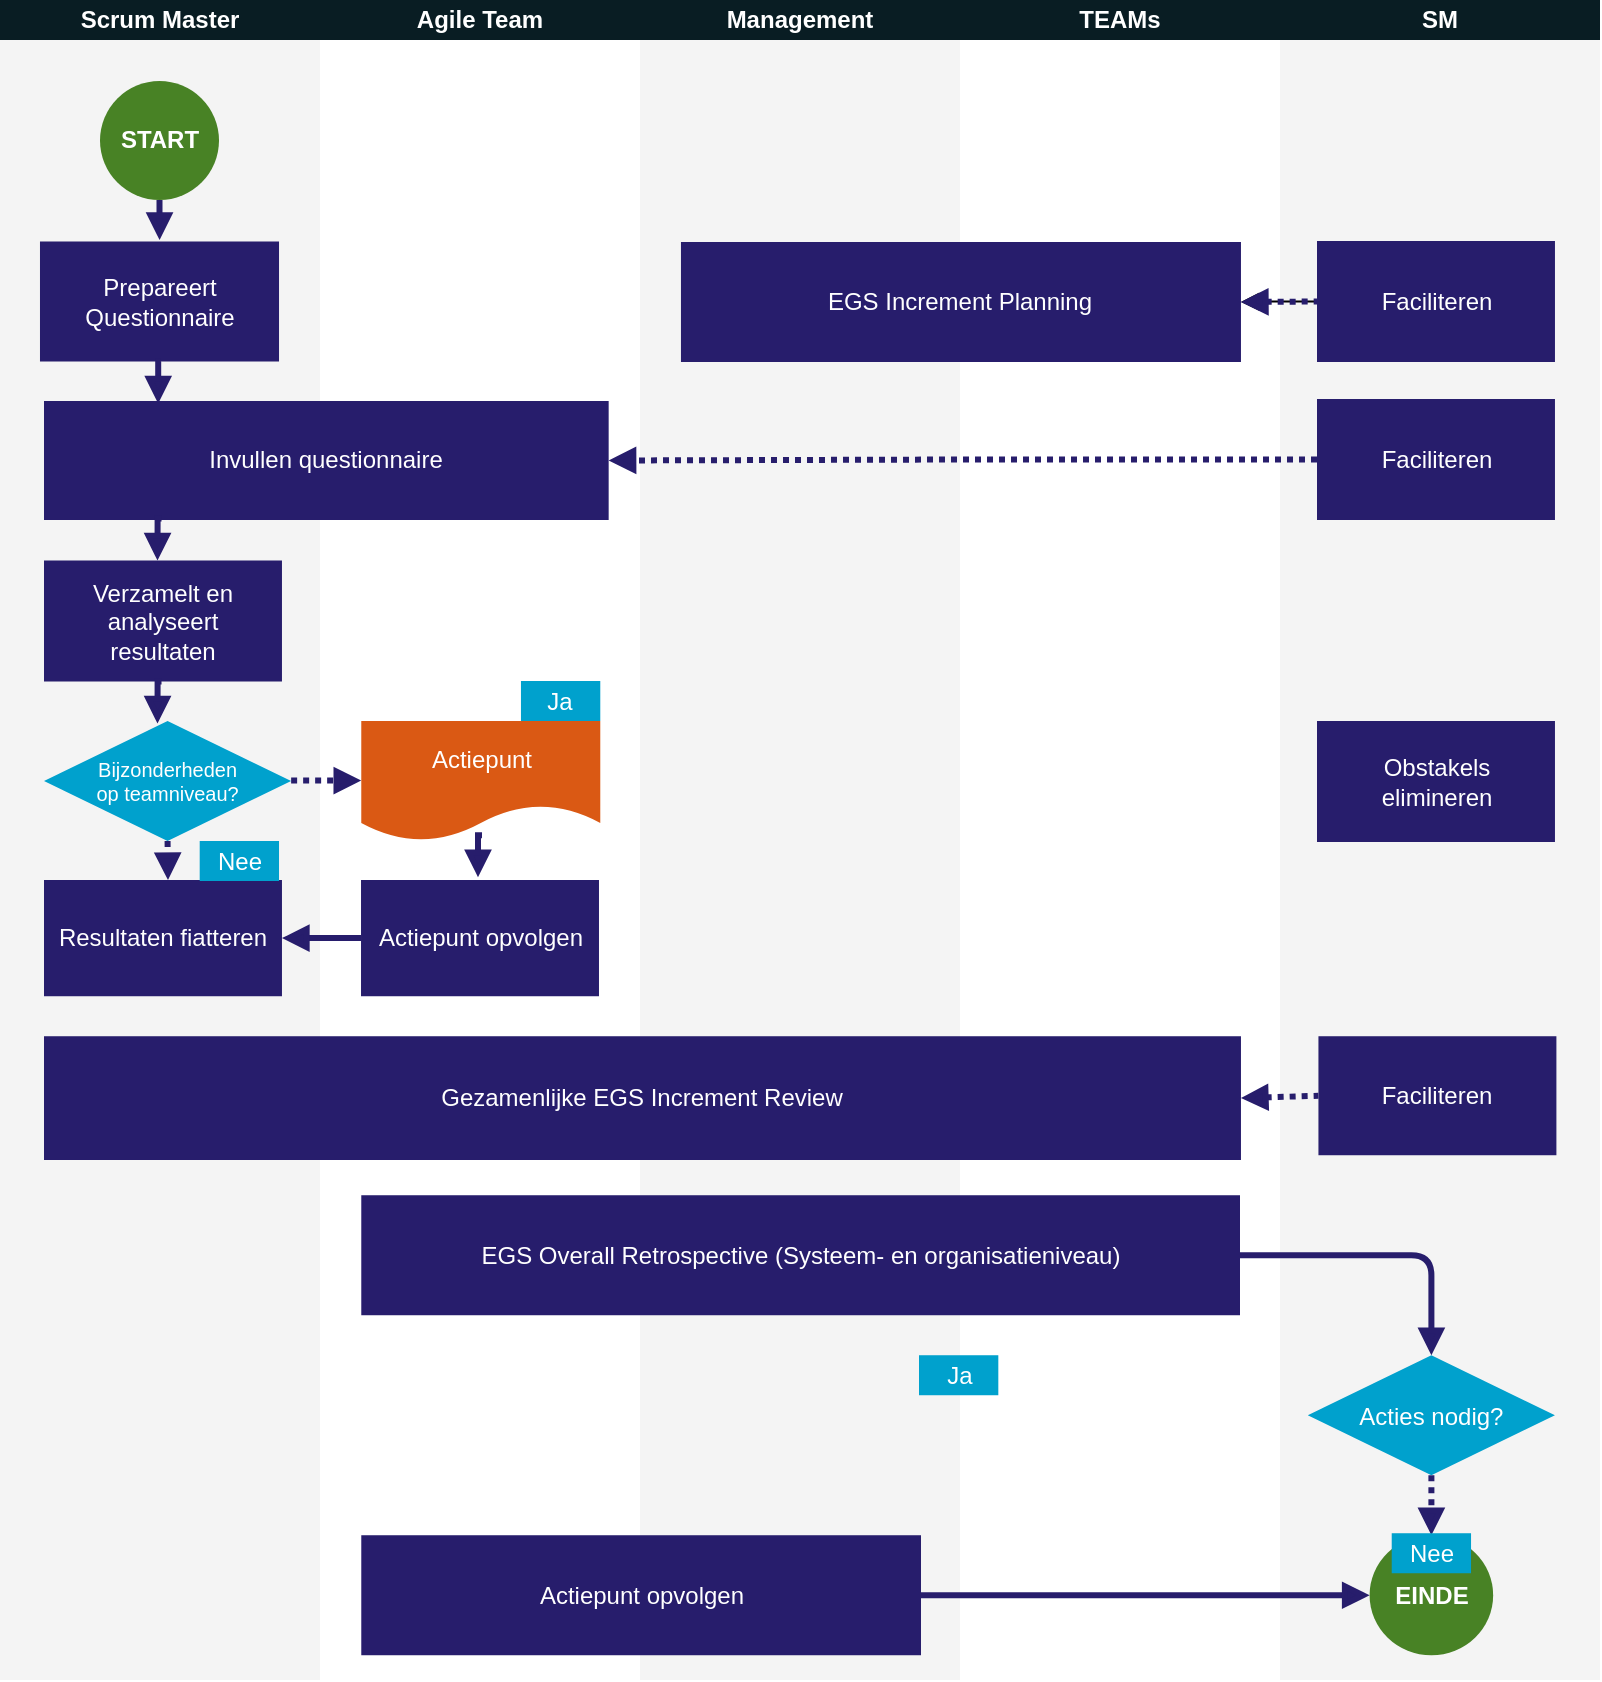
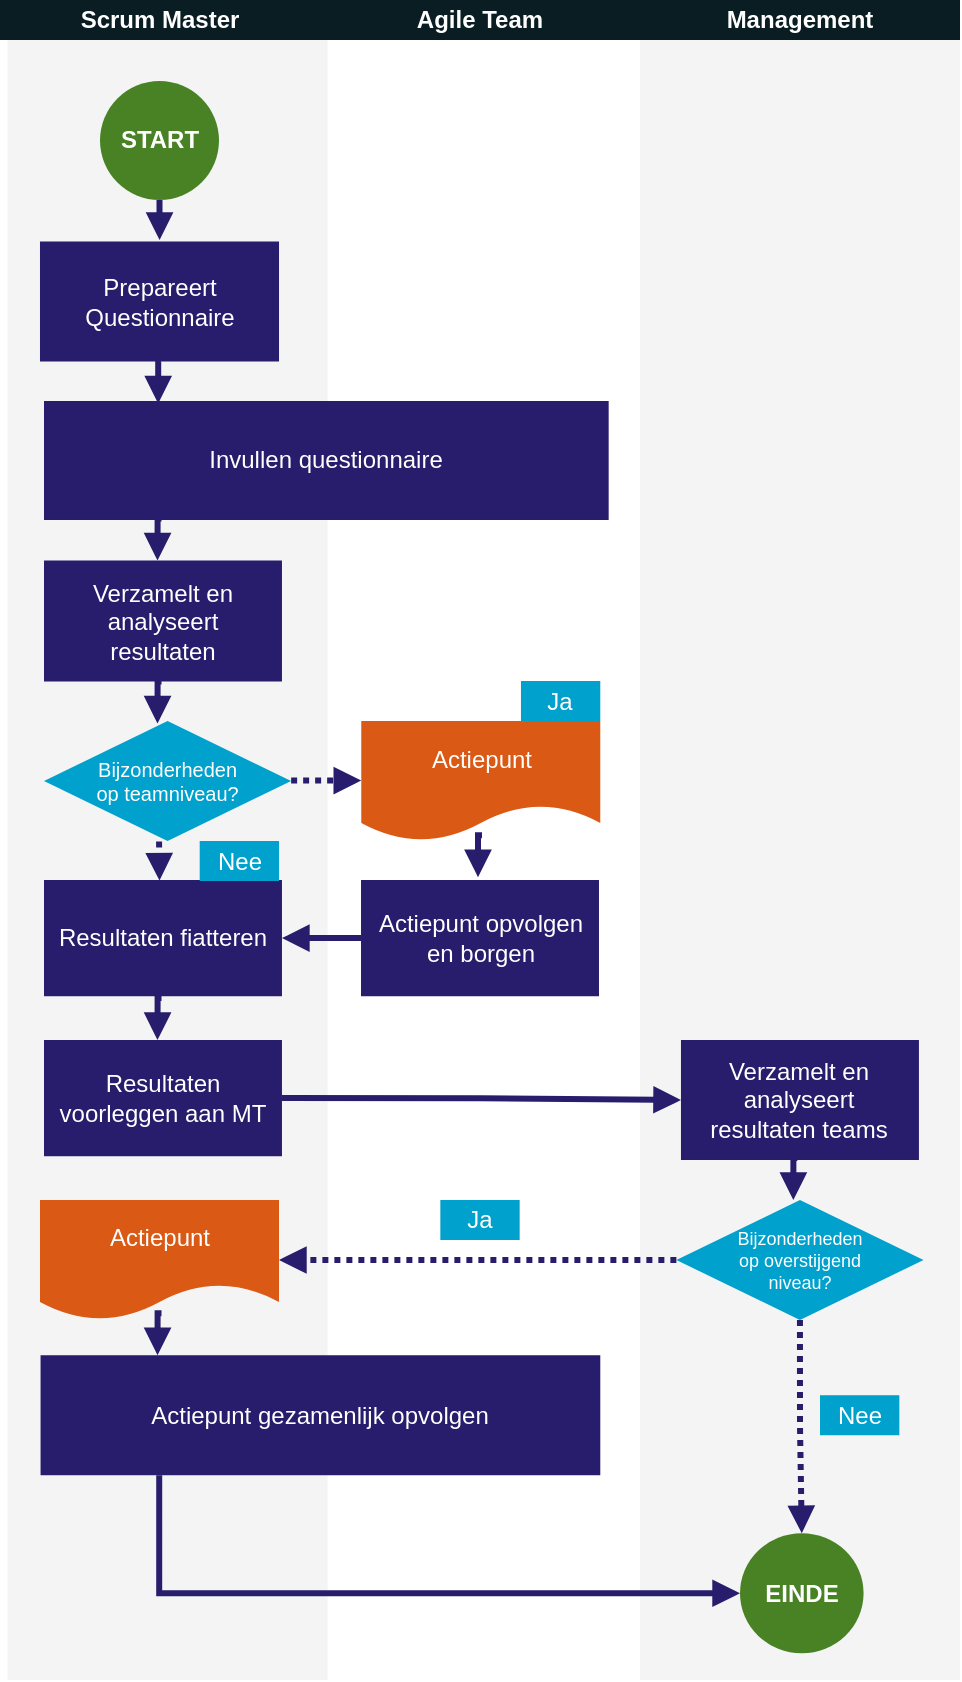
<mxfile host="app.diagrams.net" agent="Mozilla/5.0 (Windows NT 10.0; Win64; x64) AppleWebKit/537.36 (KHTML, like Gecko) Chrome/147.0.0.0 Safari/537.36" version="29.2.7">
  <diagram name="Page-1" id="8YR4XehvFtPluC4lOJML">
-     <mxGraphModel dx="519" dy="272" grid="1" gridSize="10" guides="1" tooltips="1" connect="1" arrows="1" fold="1" page="1" pageScale="1" pageWidth="1630" pageHeight="800" math="0" shadow="0">
+     <mxGraphModel dx="1056" dy="555" grid="1" gridSize="10" guides="1" tooltips="1" connect="1" arrows="1" fold="1" page="1" pageScale="1" pageWidth="1630" pageHeight="800" math="0" shadow="0">
      <root>
        <mxCell id="0" />
        <mxCell id="1" parent="0" />
-         <mxCell id="TyIScYGrdLz4eEjOedrv-1" parent="1" style="rounded=0;whiteSpace=wrap;html=1;fillColor=#E9E9E9;strokeColor=none;opacity=50;" value="" vertex="1">
-           <mxGeometry height="840" width="160" x="640" as="geometry" />
-         </mxCell>
        <mxCell id="TyIScYGrdLz4eEjOedrv-2" parent="1" style="rounded=0;whiteSpace=wrap;html=1;fillColor=#E9E9E9;strokeColor=none;opacity=50;" value="" vertex="1">
-           <mxGeometry height="840" width="160" as="geometry" />
+           <mxGeometry height="840" width="160" x="3.78" as="geometry" />
        </mxCell>
        <mxCell id="TyIScYGrdLz4eEjOedrv-3" parent="1" style="rounded=0;whiteSpace=wrap;html=1;fillColor=#E9E9E9;strokeColor=none;opacity=50;" value="" vertex="1">
          <mxGeometry height="840" width="160" x="320" as="geometry" />
        </mxCell>
        <mxCell id="TyIScYGrdLz4eEjOedrv-4" parent="1" style="rounded=0;whiteSpace=wrap;html=1;strokeColor=none;fillColor=#091D23;" value="&lt;font style=&quot;color: rgb(255, 255, 255);&quot;&gt;&lt;b&gt;Scrum Master&lt;/b&gt;&lt;/font&gt;" vertex="1">
          <mxGeometry height="20" width="160" as="geometry" />
        </mxCell>
        <mxCell id="TyIScYGrdLz4eEjOedrv-5" parent="1" style="rounded=0;whiteSpace=wrap;html=1;strokeColor=none;fillColor=#091D23;" value="&lt;font color=&quot;#ffffff&quot;&gt;&lt;b&gt;Agile Team&lt;/b&gt;&lt;/font&gt;" vertex="1">
          <mxGeometry height="20" width="160" x="160" as="geometry" />
        </mxCell>
        <mxCell id="TyIScYGrdLz4eEjOedrv-6" parent="1" style="rounded=0;whiteSpace=wrap;html=1;strokeColor=none;fillColor=#091D23;" value="&lt;font style=&quot;color: rgb(255, 255, 255);&quot;&gt;&lt;b&gt;Management&lt;/b&gt;&lt;/font&gt;" vertex="1">
          <mxGeometry height="20" width="160" x="320" as="geometry" />
        </mxCell>
-         <mxCell id="TyIScYGrdLz4eEjOedrv-7" parent="1" style="rounded=0;whiteSpace=wrap;html=1;strokeColor=none;fillColor=#091D23;" value="&lt;font style=&quot;color: rgb(255, 255, 255);&quot;&gt;&lt;b&gt;TEAMs&lt;/b&gt;&lt;/font&gt;" vertex="1">
-           <mxGeometry height="20" width="160" x="480" as="geometry" />
-         </mxCell>
        <mxCell id="TyIScYGrdLz4eEjOedrv-9" parent="1" style="whiteSpace=wrap;strokeColor=none;fillColor=#271D6C;shadow=0;fontColor=#FFFFFF;fontFamily=Helvetica;fontStyle=0;html=1;fontSize=12;spacing=6;verticalAlign=middle;fillStyle=auto;" value="Resultaten fiatteren" vertex="1">
          <mxGeometry height="58.12" width="118.98" x="22" y="440" as="geometry" />
-         </mxCell>
-         <mxCell id="TyIScYGrdLz4eEjOedrv-10" parent="1" style="whiteSpace=wrap;strokeColor=none;fillColor=#271D6C;shadow=0;fontColor=#FFFFFF;fontFamily=Helvetica;fontStyle=0;html=1;fontSize=12;spacing=6;verticalAlign=middle;fillStyle=auto;" value="Gezamenlijke EGS Increment Review" vertex="1">
-           <mxGeometry height="61.88" width="598.48" x="22" y="518.12" as="geometry" />
-         </mxCell>
-         <mxCell id="TyIScYGrdLz4eEjOedrv-13" parent="1" style="whiteSpace=wrap;strokeColor=none;fillColor=#271D6C;shadow=0;fontColor=#FFFFFF;fontFamily=Helvetica;fontStyle=0;html=1;fontSize=12;spacing=6;verticalAlign=middle;fillStyle=auto;" value="EGS Increment Planning" vertex="1">
-           <mxGeometry height="60" width="280" x="340.48" y="121" as="geometry" />
        </mxCell>
        <mxCell id="TyIScYGrdLz4eEjOedrv-14" parent="1" style="whiteSpace=wrap;shadow=0;fontColor=#FFFFFF;fontFamily=Helvetica;fontStyle=0;html=1;fontSize=12;plain-purple;strokeColor=none;fillColor=#271D6C;gradientColor=none;spacing=6;verticalAlign=middle;" value="Verzamelt en analyseert resultaten" vertex="1">
          <mxGeometry height="60.5" width="118.97753679318359" x="22.000147172734387" y="280.25" as="geometry" />
        </mxCell>
-         <mxCell id="TyIScYGrdLz4eEjOedrv-15" edge="1" parent="1" source="TyIScYGrdLz4eEjOedrv-16" style="edgeStyle=orthogonalEdgeStyle;rounded=0;orthogonalLoop=1;jettySize=auto;html=1;" target="TyIScYGrdLz4eEjOedrv-13" value="">
-           <mxGeometry relative="1" as="geometry" />
-         </mxCell>
-         <mxCell id="TyIScYGrdLz4eEjOedrv-16" parent="1" style="whiteSpace=wrap;shadow=0;fontColor=#FFFFFF;fontFamily=Helvetica;fontStyle=0;html=1;fontSize=12;plain-purple;strokeColor=none;fillColor=#271D6C;gradientColor=none;spacing=6;verticalAlign=middle;" value="Faciliteren" vertex="1">
-           <mxGeometry height="60.5" width="118.97753679318359" x="658.5001471727344" y="120.5" as="geometry" />
-         </mxCell>
-         <mxCell id="TyIScYGrdLz4eEjOedrv-17" parent="1" style="whiteSpace=wrap;shadow=0;fontColor=#FFFFFF;fontFamily=Helvetica;fontStyle=0;html=1;fontSize=12;plain-purple;strokeColor=none;fillColor=#271D6C;gradientColor=none;spacing=6;verticalAlign=middle;" value="Faciliteren" vertex="1">
-           <mxGeometry height="59.5" width="118.98" x="659.22" y="518.12" as="geometry" />
-         </mxCell>
-         <mxCell id="TyIScYGrdLz4eEjOedrv-18" edge="1" parent="1" source="TyIScYGrdLz4eEjOedrv-19" style="edgeStyle=orthogonalEdgeStyle;rounded=1;orthogonalLoop=1;jettySize=auto;html=1;exitX=1;exitY=0.5;exitDx=0;exitDy=0;strokeColor=#271D6C;strokeWidth=3;endArrow=block;endFill=1;curved=0;" target="TyIScYGrdLz4eEjOedrv-22">
-           <mxGeometry relative="1" as="geometry" />
-         </mxCell>
-         <mxCell id="TyIScYGrdLz4eEjOedrv-19" parent="1" style="whiteSpace=wrap;strokeColor=none;fillColor=#271D6C;shadow=0;fontColor=#FFFFFF;fontFamily=Helvetica;fontStyle=0;html=1;fontSize=12;spacing=6;verticalAlign=middle;fillStyle=auto;" value="EGS Overall Retrospective (Systeem- en organisatieniveau)" vertex="1">
-           <mxGeometry height="60" width="439.36" x="180.64" y="597.62" as="geometry" />
-         </mxCell>
-         <mxCell id="TyIScYGrdLz4eEjOedrv-21" edge="1" parent="1" source="TyIScYGrdLz4eEjOedrv-22" style="edgeStyle=orthogonalEdgeStyle;rounded=0;orthogonalLoop=1;jettySize=auto;html=1;entryX=0.5;entryY=0;entryDx=0;entryDy=0;strokeWidth=3;dashed=1;dashPattern=1 1;strokeColor=#271D6C;endArrow=block;endFill=1;" target="TyIScYGrdLz4eEjOedrv-33">
+         <mxCell id="TyIScYGrdLz4eEjOedrv-21" edge="1" parent="1" source="TyIScYGrdLz4eEjOedrv-79" style="edgeStyle=orthogonalEdgeStyle;rounded=0;orthogonalLoop=1;jettySize=auto;html=1;entryX=0.5;entryY=0;entryDx=0;entryDy=0;strokeWidth=3;dashed=1;dashPattern=1 1;strokeColor=#271D6C;endArrow=block;endFill=1;exitX=0.5;exitY=1;exitDx=0;exitDy=0;" target="TyIScYGrdLz4eEjOedrv-33">
          <mxGeometry relative="1" as="geometry">
            <mxPoint x="715.688768396592" y="767.6199999999999" as="targetPoint" />
          </mxGeometry>
-         </mxCell>
-         <mxCell id="TyIScYGrdLz4eEjOedrv-22" parent="1" style="rhombus;fillColor=#00A1CD;strokeColor=none;fontColor=#FFFFFF;" value="Acties nodig?" vertex="1">
-           <mxGeometry height="60" width="123.58" x="653.9" y="677.6199999999999" as="geometry" />
        </mxCell>
        <mxCell id="TyIScYGrdLz4eEjOedrv-24" parent="1" style="shape=document;whiteSpace=wrap;verticalAlign=middle;strokeColor=none;fillColor=#DA5914;shadow=0;fontColor=#FFFFFF;fontFamily=Helvetica;fontStyle=0;html=1;fontSize=12;spacing=6;spacingBottom=22;" value="Actiepunt" vertex="1">
          <mxGeometry height="60" width="119.5" x="180.64" y="360.5" as="geometry" />
        </mxCell>
        <mxCell id="TyIScYGrdLz4eEjOedrv-25" parent="1" style="rounded=0;whiteSpace=wrap;html=1;fillColor=#00A1CD;fontColor=#FFFFFF;strokeColor=none;fontSize=12;" value="Ja" vertex="1">
-           <mxGeometry height="20" width="39.65917893106119" x="459.5" y="677.6199999999999" as="geometry" />
+           <mxGeometry height="20" width="39.65917893106119" x="220.17000000000002" y="599.9999999999999" as="geometry" />
        </mxCell>
-         <mxCell id="TyIScYGrdLz4eEjOedrv-26" edge="1" parent="1" source="TyIScYGrdLz4eEjOedrv-27" style="edgeStyle=orthogonalEdgeStyle;rounded=0;orthogonalLoop=1;jettySize=auto;html=1;entryX=0;entryY=0.5;entryDx=0;entryDy=0;strokeWidth=3;strokeColor=#271D6C;endArrow=block;endFill=1;" target="TyIScYGrdLz4eEjOedrv-33">
+         <mxCell id="TyIScYGrdLz4eEjOedrv-26" edge="1" parent="1" source="TyIScYGrdLz4eEjOedrv-27" style="edgeStyle=orthogonalEdgeStyle;rounded=0;orthogonalLoop=1;jettySize=auto;html=1;entryX=0;entryY=0.5;entryDx=0;entryDy=0;strokeWidth=3;strokeColor=#271D6C;endArrow=block;endFill=1;exitX=0.212;exitY=1;exitDx=0;exitDy=0;exitPerimeter=0;" target="TyIScYGrdLz4eEjOedrv-33">
          <mxGeometry relative="1" as="geometry">
            <mxPoint x="499.22" y="797.6199999999999" as="targetPoint" />
          </mxGeometry>
        </mxCell>
-         <mxCell id="TyIScYGrdLz4eEjOedrv-27" parent="1" style="whiteSpace=wrap;strokeColor=none;fillColor=#271D6C;shadow=0;fontColor=#FFFFFF;fontFamily=Helvetica;fontStyle=0;html=1;fontSize=12;spacing=6;verticalAlign=middle;fillStyle=auto;" value="Actiepunt opvolgen" vertex="1">
-           <mxGeometry height="60" width="279.86" x="180.64" y="767.6199999999999" as="geometry" />
-         </mxCell>
-         <mxCell id="TyIScYGrdLz4eEjOedrv-29" edge="1" parent="1" source="TyIScYGrdLz4eEjOedrv-13" style="endArrow=none;startArrow=block;html=1;rounded=0;exitX=1;exitY=0.5;exitDx=0;exitDy=0;entryX=0;entryY=0.5;entryDx=0;entryDy=0;strokeWidth=3;strokeColor=#271D6C;dashed=1;dashPattern=1 1;endFill=1;startFill=1;" target="TyIScYGrdLz4eEjOedrv-16" value="">
-           <mxGeometry height="50" relative="1" width="50" as="geometry">
-             <mxPoint x="578.52" y="240.5" as="sourcePoint" />
-             <mxPoint x="628.52" y="190.5" as="targetPoint" />
-           </mxGeometry>
-         </mxCell>
-         <mxCell id="TyIScYGrdLz4eEjOedrv-30" edge="1" parent="1" source="TyIScYGrdLz4eEjOedrv-10" style="endArrow=none;startArrow=block;html=1;rounded=0;exitX=1;exitY=0.5;exitDx=0;exitDy=0;entryX=0;entryY=0.5;entryDx=0;entryDy=0;strokeWidth=3;dashed=1;dashPattern=1 1;strokeColor=#271D6C;endFill=1;startFill=1;" target="TyIScYGrdLz4eEjOedrv-17" value="">
-           <mxGeometry height="50" relative="1" width="50" as="geometry">
-             <mxPoint x="581.01" y="477.62" as="sourcePoint" />
-             <mxPoint x="631.01" y="427.62" as="targetPoint" />
-           </mxGeometry>
+         <mxCell id="TyIScYGrdLz4eEjOedrv-27" parent="1" style="whiteSpace=wrap;strokeColor=none;fillColor=#271D6C;shadow=0;fontColor=#FFFFFF;fontFamily=Helvetica;fontStyle=0;html=1;fontSize=12;spacing=6;verticalAlign=middle;fillStyle=auto;" value="Actiepunt gezamenlijk opvolgen" vertex="1">
+           <mxGeometry height="60" width="279.86" x="20.279999999999973" y="677.6199999999999" as="geometry" />
        </mxCell>
        <mxCell id="TyIScYGrdLz4eEjOedrv-57" edge="1" parent="1" source="TyIScYGrdLz4eEjOedrv-32" style="edgeStyle=orthogonalEdgeStyle;rounded=0;orthogonalLoop=1;jettySize=auto;html=1;exitX=0.5;exitY=1;exitDx=0;exitDy=0;strokeWidth=3;endArrow=block;endFill=1;strokeColor=#271D6C;" target="TyIScYGrdLz4eEjOedrv-46">
          <mxGeometry relative="1" as="geometry" />
        </mxCell>
        <mxCell id="TyIScYGrdLz4eEjOedrv-32" parent="1" style="ellipse;whiteSpace=wrap;html=1;aspect=fixed;fillColor=#488225;fontColor=#FFFFFF;strokeColor=none;" value="&lt;b&gt;START&lt;/b&gt;" vertex="1">
          <mxGeometry height="59.5" width="59.5" x="50" y="40.5" as="geometry" />
        </mxCell>
        <mxCell id="TyIScYGrdLz4eEjOedrv-33" parent="1" style="ellipse;whiteSpace=wrap;html=1;strokeColor=none;fillColor=#488225;fontColor=#FFFFFF;" value="&lt;b&gt;EINDE&lt;/b&gt;" vertex="1">
-           <mxGeometry height="60" width="61.78" x="684.8000000000001" y="767.6199999999999" as="geometry" />
+           <mxGeometry height="60" width="61.78" x="370.00000000000006" y="766.6199999999999" as="geometry" />
        </mxCell>
        <mxCell id="TyIScYGrdLz4eEjOedrv-34" parent="1" style="rounded=0;whiteSpace=wrap;html=1;fillColor=#00A1CD;fontColor=#FFFFFF;strokeColor=none;" value="Nee" vertex="1">
-           <mxGeometry height="20" width="39.65917893106119" x="695.86" y="766.6199999999999" as="geometry" />
+           <mxGeometry height="20" width="39.65917893106119" x="410" y="697.6199999999999" as="geometry" />
        </mxCell>
        <mxCell id="TyIScYGrdLz4eEjOedrv-40" parent="1" style="rounded=0;whiteSpace=wrap;html=1;fillColor=#00A1CD;fontColor=#FFFFFF;strokeColor=none;" value="Nee" vertex="1">
          <mxGeometry height="20" width="39.65917893106119" x="99.85000000000002" y="420.5" as="geometry" />
-         </mxCell>
-         <mxCell id="TyIScYGrdLz4eEjOedrv-42" parent="1" style="whiteSpace=wrap;shadow=0;fontColor=#FFFFFF;fontFamily=Helvetica;fontStyle=0;html=1;fontSize=12;plain-purple;strokeColor=none;fillColor=#271D6C;gradientColor=none;spacing=6;verticalAlign=middle;" value="Obstakels elimineren" vertex="1">
-           <mxGeometry height="60.5" width="118.97753679318359" x="658.5" y="360.5" as="geometry" />
-         </mxCell>
-         <mxCell id="TyIScYGrdLz4eEjOedrv-44" parent="1" style="rounded=0;whiteSpace=wrap;html=1;strokeColor=none;fillColor=#091D23;" value="&lt;font style=&quot;color: rgb(255, 255, 255);&quot;&gt;&lt;b&gt;SM&lt;/b&gt;&lt;/font&gt;" vertex="1">
-           <mxGeometry height="20" width="160" x="640" as="geometry" />
        </mxCell>
        <mxCell id="TyIScYGrdLz4eEjOedrv-46" parent="1" style="whiteSpace=wrap;strokeColor=none;fillColor=#271D6C;shadow=0;fontColor=#FFFFFF;fontFamily=Helvetica;fontStyle=0;html=1;fontSize=12;spacing=6;verticalAlign=middle;fillStyle=auto;" value="Prepareert Questionnaire" vertex="1">
          <mxGeometry height="60" width="119.52" x="19.990000000000002" y="120.75" as="geometry" />
        </mxCell>
        <mxCell id="TyIScYGrdLz4eEjOedrv-48" parent="1" style="whiteSpace=wrap;strokeColor=none;fillColor=#271D6C;shadow=0;fontColor=#FFFFFF;fontFamily=Helvetica;fontStyle=0;html=1;fontSize=12;spacing=6;verticalAlign=middle;fillStyle=auto;" value="Invullen questionnaire" vertex="1">
          <mxGeometry height="59.5" width="282.33" x="21.99999999999997" y="200.5" as="geometry" />
-         </mxCell>
-         <mxCell id="TyIScYGrdLz4eEjOedrv-49" edge="1" parent="1" source="TyIScYGrdLz4eEjOedrv-50" style="edgeStyle=orthogonalEdgeStyle;rounded=0;orthogonalLoop=1;jettySize=auto;html=1;entryX=1;entryY=0.5;entryDx=0;entryDy=0;dashed=1;dashPattern=1 1;strokeColor=#271D6C;strokeWidth=3;endArrow=block;endFill=1;" target="TyIScYGrdLz4eEjOedrv-48">
-           <mxGeometry relative="1" as="geometry" />
-         </mxCell>
-         <mxCell id="TyIScYGrdLz4eEjOedrv-50" parent="1" style="whiteSpace=wrap;shadow=0;fontColor=#FFFFFF;fontFamily=Helvetica;fontStyle=0;html=1;fontSize=12;plain-purple;strokeColor=none;fillColor=#271D6C;gradientColor=none;spacing=6;verticalAlign=middle;" value="Faciliteren" vertex="1">
-           <mxGeometry height="60.5" width="118.97753679318359" x="658.5" y="199.5" as="geometry" />
        </mxCell>
        <mxCell id="TyIScYGrdLz4eEjOedrv-52" parent="1" style="rhombus;fillColor=#00A1CD;strokeColor=none;fontColor=#FFFFFF;fontSize=10;" value="Bijzonderheden &#xa;op teamniveau?" vertex="1">
          <mxGeometry height="60" width="123.57" x="22.00000000000003" y="360.5" as="geometry" />
        </mxCell>
        <mxCell id="TyIScYGrdLz4eEjOedrv-53" parent="1" style="rounded=0;whiteSpace=wrap;html=1;fillColor=#00A1CD;fontColor=#FFFFFF;strokeColor=none;" value="Ja" vertex="1">
          <mxGeometry height="20" width="39.65917893106119" x="260.48" y="340.5" as="geometry" />
        </mxCell>
        <mxCell id="TyIScYGrdLz4eEjOedrv-58" edge="1" parent="1" style="edgeStyle=orthogonalEdgeStyle;rounded=0;orthogonalLoop=1;jettySize=auto;html=1;exitX=0.5;exitY=1;exitDx=0;exitDy=0;entryX=0.2;entryY=0.021;entryDx=0;entryDy=0;entryPerimeter=0;strokeWidth=3;endArrow=block;endFill=1;strokeColor=#271D6C;">
          <mxGeometry relative="1" as="geometry">
            <Array as="points">
              <mxPoint x="79.64" y="181" />
            </Array>
            <mxPoint x="80.39" y="180.75" as="sourcePoint" />
            <mxPoint x="79.10600000000001" y="201.74950000000007" as="targetPoint" />
          </mxGeometry>
        </mxCell>
        <mxCell id="TyIScYGrdLz4eEjOedrv-59" edge="1" parent="1" style="edgeStyle=orthogonalEdgeStyle;rounded=0;orthogonalLoop=1;jettySize=auto;html=1;exitX=0.5;exitY=1;exitDx=0;exitDy=0;entryX=0.2;entryY=0.021;entryDx=0;entryDy=0;entryPerimeter=0;strokeWidth=3;endArrow=block;endFill=1;strokeColor=#271D6C;">
          <mxGeometry relative="1" as="geometry">
            <mxPoint x="80.75" y="259.25" as="sourcePoint" />
            <mxPoint x="78.75" y="280.25" as="targetPoint" />
          </mxGeometry>
        </mxCell>
        <mxCell id="TyIScYGrdLz4eEjOedrv-62" edge="1" parent="1" style="edgeStyle=orthogonalEdgeStyle;rounded=0;orthogonalLoop=1;jettySize=auto;html=1;exitX=0.5;exitY=1;exitDx=0;exitDy=0;entryX=0.2;entryY=0.021;entryDx=0;entryDy=0;entryPerimeter=0;strokeWidth=3;endArrow=block;endFill=1;strokeColor=#271D6C;">
          <mxGeometry relative="1" as="geometry">
            <mxPoint x="80.75" y="340.75" as="sourcePoint" />
            <mxPoint x="78.75" y="361.75" as="targetPoint" />
          </mxGeometry>
        </mxCell>
        <mxCell id="TyIScYGrdLz4eEjOedrv-64" edge="1" parent="1" style="edgeStyle=orthogonalEdgeStyle;rounded=0;orthogonalLoop=1;jettySize=auto;html=1;entryX=0;entryY=0.5;entryDx=0;entryDy=0;strokeWidth=3;dashed=1;dashPattern=1 1;strokeColor=#271D6C;endArrow=block;endFill=1;">
          <mxGeometry relative="1" as="geometry">
            <mxPoint x="145.57" y="390.25" as="sourcePoint" />
            <mxPoint x="180.57" y="391.25" as="targetPoint" />
          </mxGeometry>
        </mxCell>
-         <mxCell id="TyIScYGrdLz4eEjOedrv-65" edge="1" parent="1" source="TyIScYGrdLz4eEjOedrv-52" style="edgeStyle=orthogonalEdgeStyle;rounded=0;orthogonalLoop=1;jettySize=auto;html=1;strokeWidth=3;dashed=1;dashPattern=1 1;strokeColor=#271D6C;endArrow=block;endFill=1;exitX=0.5;exitY=1;exitDx=0;exitDy=0;">
+         <mxCell id="TyIScYGrdLz4eEjOedrv-65" edge="1" parent="1" style="edgeStyle=orthogonalEdgeStyle;rounded=0;orthogonalLoop=1;jettySize=auto;html=1;strokeWidth=3;dashed=1;dashPattern=1 1;strokeColor=#271D6C;endArrow=block;endFill=1;exitX=0.5;exitY=1;exitDx=0;exitDy=0;">
          <mxGeometry relative="1" as="geometry">
-             <mxPoint x="180" y="400" as="sourcePoint" />
-             <mxPoint x="84" y="440" as="targetPoint" />
+             <mxPoint x="79.53499999999997" y="420.75" as="sourcePoint" />
+             <mxPoint x="79.75" y="440.25" as="targetPoint" />
          </mxGeometry>
        </mxCell>
        <mxCell id="TyIScYGrdLz4eEjOedrv-70" edge="1" parent="1" style="edgeStyle=orthogonalEdgeStyle;rounded=0;orthogonalLoop=1;jettySize=auto;html=1;exitX=0.5;exitY=1;exitDx=0;exitDy=0;entryX=0.2;entryY=0.021;entryDx=0;entryDy=0;entryPerimeter=0;strokeWidth=3;endArrow=block;endFill=1;strokeColor=#271D6C;">
          <mxGeometry relative="1" as="geometry">
            <mxPoint x="241" y="417.62" as="sourcePoint" />
            <mxPoint x="239" y="438.62" as="targetPoint" />
          </mxGeometry>
        </mxCell>
        <mxCell id="TyIScYGrdLz4eEjOedrv-74" edge="1" parent="1" source="TyIScYGrdLz4eEjOedrv-73" style="edgeStyle=orthogonalEdgeStyle;rounded=0;orthogonalLoop=1;jettySize=auto;html=1;exitX=0;exitY=0.5;exitDx=0;exitDy=0;entryX=1;entryY=0.5;entryDx=0;entryDy=0;strokeWidth=3;endArrow=block;endFill=1;strokeColor=#271D6C;" target="TyIScYGrdLz4eEjOedrv-9">
          <mxGeometry relative="1" as="geometry" />
        </mxCell>
-         <mxCell id="TyIScYGrdLz4eEjOedrv-73" parent="1" style="whiteSpace=wrap;strokeColor=none;fillColor=#271D6C;shadow=0;fontColor=#FFFFFF;fontFamily=Helvetica;fontStyle=0;html=1;fontSize=12;spacing=6;verticalAlign=middle;fillStyle=auto;" value="Actiepunt opvolgen" vertex="1">
+         <mxCell id="TyIScYGrdLz4eEjOedrv-73" parent="1" style="whiteSpace=wrap;strokeColor=none;fillColor=#271D6C;shadow=0;fontColor=#FFFFFF;fontFamily=Helvetica;fontStyle=0;html=1;fontSize=12;spacing=6;verticalAlign=middle;fillStyle=auto;" value="Actiepunt opvolgen en borgen" vertex="1">
          <mxGeometry height="58.12" width="118.98" x="180.51" y="440" as="geometry" />
+         </mxCell>
+         <mxCell id="TyIScYGrdLz4eEjOedrv-78" edge="1" parent="1" source="TyIScYGrdLz4eEjOedrv-75" style="edgeStyle=orthogonalEdgeStyle;rounded=0;orthogonalLoop=1;jettySize=auto;html=1;exitX=1;exitY=0.5;exitDx=0;exitDy=0;entryX=0;entryY=0.5;entryDx=0;entryDy=0;strokeWidth=3;strokeColor=#271D6C;endArrow=block;endFill=1;" target="TyIScYGrdLz4eEjOedrv-77">
+           <mxGeometry relative="1" as="geometry" />
+         </mxCell>
+         <mxCell id="TyIScYGrdLz4eEjOedrv-75" parent="1" style="whiteSpace=wrap;strokeColor=none;fillColor=#271D6C;shadow=0;fontColor=#FFFFFF;fontFamily=Helvetica;fontStyle=0;html=1;fontSize=12;spacing=6;verticalAlign=middle;fillStyle=auto;" value="Resultaten voorleggen aan MT" vertex="1">
+           <mxGeometry height="58.12" width="118.98" x="22" y="520" as="geometry" />
+         </mxCell>
+         <mxCell id="TyIScYGrdLz4eEjOedrv-76" edge="1" parent="1" style="edgeStyle=orthogonalEdgeStyle;rounded=0;orthogonalLoop=1;jettySize=auto;html=1;exitX=0.5;exitY=1;exitDx=0;exitDy=0;entryX=0.2;entryY=0.021;entryDx=0;entryDy=0;entryPerimeter=0;strokeWidth=3;endArrow=block;endFill=1;strokeColor=#271D6C;">
+           <mxGeometry relative="1" as="geometry">
+             <mxPoint x="80.75" y="499" as="sourcePoint" />
+             <mxPoint x="78.75" y="520" as="targetPoint" />
+           </mxGeometry>
+         </mxCell>
+         <mxCell id="TyIScYGrdLz4eEjOedrv-77" parent="1" style="whiteSpace=wrap;shadow=0;fontColor=#FFFFFF;fontFamily=Helvetica;fontStyle=0;html=1;fontSize=12;plain-purple;strokeColor=none;fillColor=#271D6C;gradientColor=none;spacing=6;verticalAlign=middle;" value="Verzamelt en analyseert resultaten teams" vertex="1">
+           <mxGeometry height="60" width="118.98" x="340.48" y="520" as="geometry" />
+         </mxCell>
+         <mxCell id="TyIScYGrdLz4eEjOedrv-79" parent="1" style="rhombus;fillColor=#00A1CD;strokeColor=none;fontColor=#FFFFFF;fontSize=9;" value="Bijzonderheden &#xa;op overstijgend&#xa;niveau?" vertex="1">
+           <mxGeometry height="60" width="123.57" x="338.19" y="600" as="geometry" />
+         </mxCell>
+         <mxCell id="TyIScYGrdLz4eEjOedrv-80" edge="1" parent="1" style="edgeStyle=orthogonalEdgeStyle;rounded=0;orthogonalLoop=1;jettySize=auto;html=1;exitX=0.5;exitY=1;exitDx=0;exitDy=0;entryX=0.2;entryY=0.021;entryDx=0;entryDy=0;entryPerimeter=0;strokeWidth=3;endArrow=block;endFill=1;strokeColor=#271D6C;">
+           <mxGeometry relative="1" as="geometry">
+             <mxPoint x="398.68" y="579" as="sourcePoint" />
+             <mxPoint x="396.68" y="600" as="targetPoint" />
+           </mxGeometry>
+         </mxCell>
+         <mxCell id="TyIScYGrdLz4eEjOedrv-81" parent="1" style="shape=document;whiteSpace=wrap;verticalAlign=middle;strokeColor=none;fillColor=#DA5914;shadow=0;fontColor=#FFFFFF;fontFamily=Helvetica;fontStyle=0;html=1;fontSize=12;spacing=6;spacingBottom=22;" value="Actiepunt" vertex="1">
+           <mxGeometry height="60" width="119.5" x="20" y="600" as="geometry" />
+         </mxCell>
+         <mxCell id="TyIScYGrdLz4eEjOedrv-82" edge="1" parent="1" source="TyIScYGrdLz4eEjOedrv-79" style="edgeStyle=orthogonalEdgeStyle;rounded=0;orthogonalLoop=1;jettySize=auto;html=1;exitX=0;exitY=0.5;exitDx=0;exitDy=0;entryX=1;entryY=0.5;entryDx=0;entryDy=0;strokeWidth=3;strokeColor=#271D6C;endArrow=block;endFill=1;dashed=1;dashPattern=1 1;" target="TyIScYGrdLz4eEjOedrv-81">
+           <mxGeometry relative="1" as="geometry">
+             <mxPoint x="300" y="600" as="sourcePoint" />
+             <mxPoint x="499" y="601" as="targetPoint" />
+           </mxGeometry>
+         </mxCell>
+         <mxCell id="TyIScYGrdLz4eEjOedrv-83" edge="1" parent="1" style="edgeStyle=orthogonalEdgeStyle;rounded=0;orthogonalLoop=1;jettySize=auto;html=1;exitX=0.5;exitY=1;exitDx=0;exitDy=0;entryX=0.2;entryY=0.021;entryDx=0;entryDy=0;entryPerimeter=0;strokeWidth=3;endArrow=block;endFill=1;strokeColor=#271D6C;">
+           <mxGeometry relative="1" as="geometry">
+             <mxPoint x="80.75" y="656.62" as="sourcePoint" />
+             <mxPoint x="78.75" y="677.62" as="targetPoint" />
+           </mxGeometry>
        </mxCell>
      </root>
    </mxGraphModel>
  </diagram>
</mxfile>
